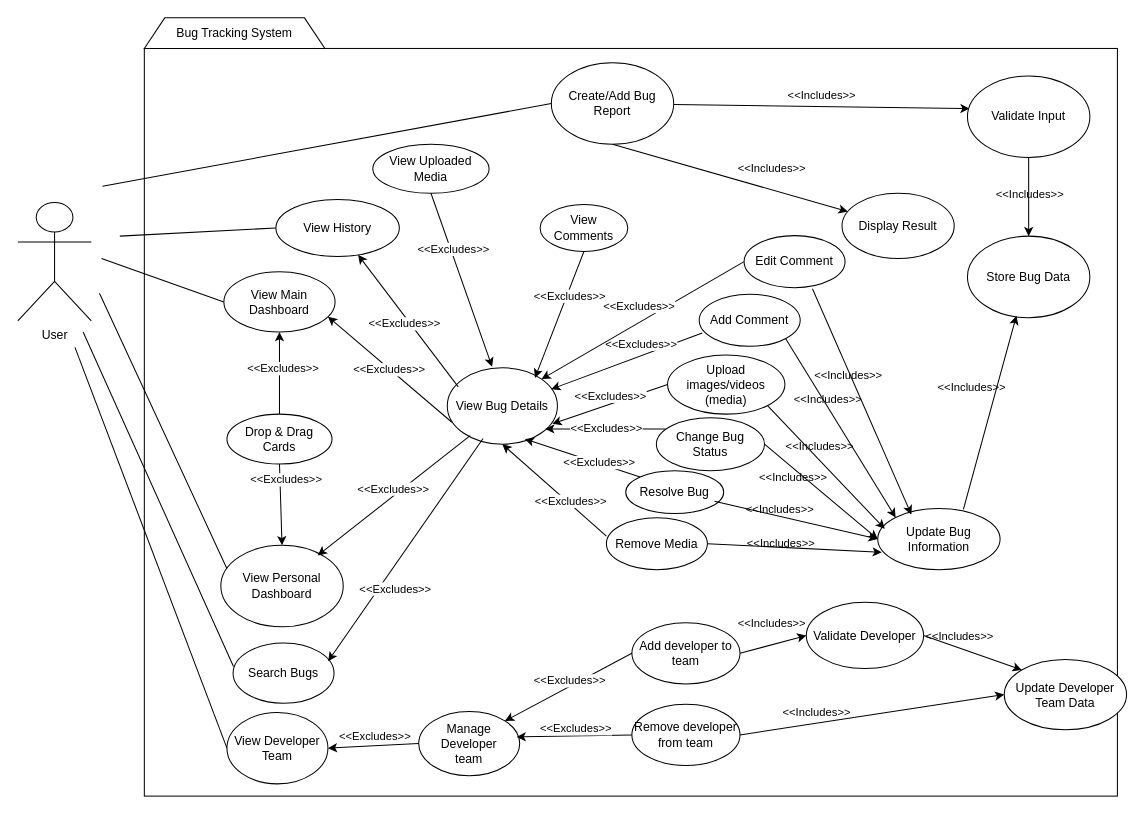
Above: UML-Diagrams/Use-Case-Diagram.drawio in ConradCJM/Bug-Terra (draw.io), before the change. Source tidied: cells renumbered, new cells numbered last; positions are measured from the earlier drawing's top-left corner, leaving out a move shared by most shapes. Both pictures are drawn from the tidied source at 102%, with x=0, y=0 at pixel (17, 17).
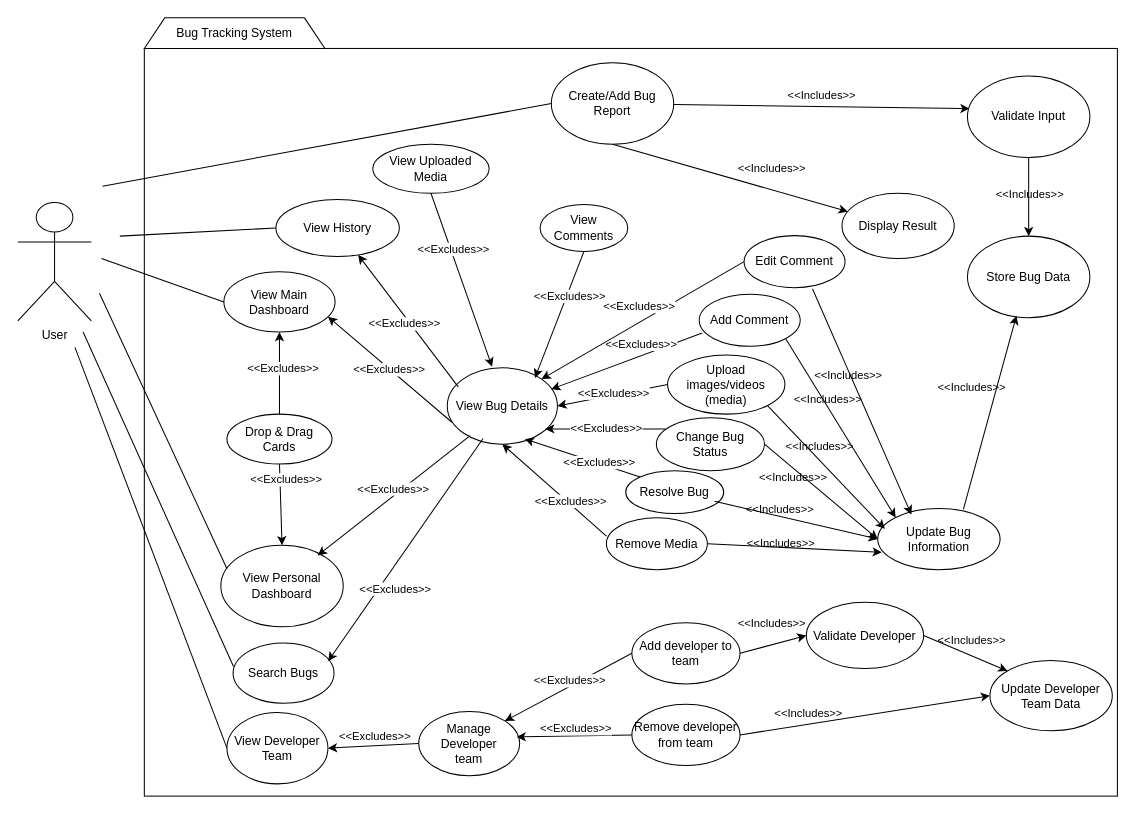
The same diagram, later.

The change refers to these unchanged cells:
```xml
<mxCell id="16" value="View Bug Details" style="ellipse;whiteSpace=wrap;html=1;" parent="1" vertex="1">
  <mxGeometry x="421" y="343" width="108" height="75" as="geometry" />
</mxCell>
<mxCell id="28" value="Upload images/videos (media)" style="ellipse;whiteSpace=wrap;html=1;" parent="1" vertex="1">
  <mxGeometry x="637" y="330.5" width="115" height="58" as="geometry" />
</mxCell>
<mxCell id="79" style="rounded=0;jettySize=auto;html=1;flowAnimation=0;exitX=1;exitY=0.5;exitDx=0;exitDy=0;entryX=0;entryY=0;entryDx=0;entryDy=0;" parent="1" edge="1" source="71" target="70">
  <mxGeometry relative="1" as="geometry" />
</mxCell>
```

Change to the diagram source:
```diff
@@
-    <mxCell id="51" style="endArrow=classic;html=1;rounded=0;entryX=0.954;entryY=0.733;entryDx=0;entryDy=0;exitX=0;exitY=0.5;exitDx=0;exitDy=0;entryPerimeter=0;" parent="1" edge="1" source="28" target="16">
+    <mxCell id="51" style="endArrow=classic;html=1;rounded=0;entryX=1;entryY=0.5;entryDx=0;entryDy=0;exitX=0;exitY=0.5;exitDx=0;exitDy=0;" parent="1" edge="1" source="28" target="16">
       <mxGeometry relative="1" as="geometry" />
     </mxCell>
     <mxCell id="52" value="&amp;lt;&amp;lt;Excludes&amp;gt;&amp;gt;" style="edgeLabel;html=1;align=center;verticalAlign=middle;" parent="51" vertex="1">
       <mxGeometry x="-0.25" y="1" relative="1" as="geometry">
-        <mxPoint x="-14" y="-4" as="offset" />
+        <mxPoint x="-13" y="-1" as="offset" />
       </mxGeometry>
     </mxCell>
@@
     <mxCell id="70" value="Update Developer Team Data" style="ellipse;whiteSpace=wrap;html=1;" parent="1" vertex="1">
-      <mxGeometry x="967" y="629" width="120" height="69" as="geometry" />
+      <mxGeometry x="953" y="630" width="120" height="69" as="geometry" />
     </mxCell>
@@
     <mxCell id="80" value="&amp;lt;&amp;lt;Includes&amp;gt;&amp;gt;" style="edgeLabel;html=1;align=center;verticalAlign=middle;labelBackgroundColor=none;" parent="79" vertex="1">
       <mxGeometry x="0.09" y="1" relative="1" as="geometry">
-        <mxPoint x="-19" y="-18" as="offset" />
+        <mxPoint x="1" y="-14" as="offset" />
       </mxGeometry>
     </mxCell>
```
